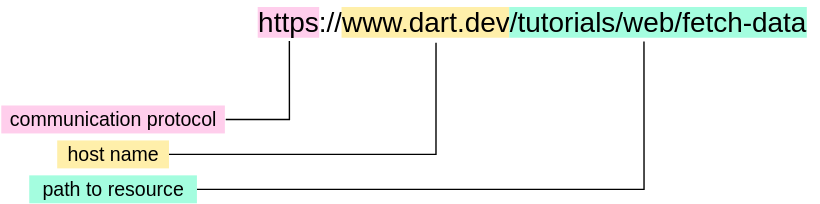
dart-lang/site-www keeps this draw.io diagram as diagrams/tutorials/web/uri-details.svg. Above is the earlier version. Source tidied: cells renumbered, new cells last; positions are measured from the earlier drawing's top-left corner, leaving out a move shared by most shapes. Its diagram source:
```xml
<mxGraphModel>
  <root>
    <mxCell id="0" />
    <mxCell id="1" parent="0" />
    <mxCell id="2" value="&lt;font style=&quot;font-size: 20px&quot;&gt;&lt;font style=&quot;font-size: 20px ; background-color: rgb(255 , 206 , 236)&quot;&gt;https&lt;/font&gt;://&lt;font style=&quot;font-size: 20px ; background-color: rgb(255 , 239 , 170)&quot;&gt;www.dart.dev&lt;/font&gt;&lt;font style=&quot;font-size: 20px ; background-color: rgb(164 , 253 , 223)&quot;&gt;/tutorials/web/fetch-data&lt;/font&gt;&lt;/font&gt;" style="text;html=1;align=center;verticalAlign=middle;points=[];strokeColor=none;fontSize=20;fontFamily=Helvetica;" parent="1" vertex="1">
      <mxGeometry x="175" width="410" height="30" as="geometry" />
    </mxCell>
    <mxCell id="3" style="edgeStyle=orthogonalEdgeStyle;rounded=0;jettySize=auto;html=1;entryX=0.076;entryY=0.964;entryDx=0;entryDy=0;entryPerimeter=0;endSize=3;endArrow=none;endFill=0;fontFamily=Helvetica;exitX=1.004;exitY=0.499;exitDx=0;exitDy=0;exitPerimeter=0;" parent="1" edge="1" source="4" target="2">
      <mxGeometry relative="1" as="geometry" />
    </mxCell>
    <mxCell id="4" value="&lt;font style=&quot;font-size: 14px;&quot;&gt;&lt;span style=&quot;font-size: 14px; background-color: rgb(255, 206, 236);&quot;&gt;communication protocol&lt;/span&gt;&lt;/font&gt;" style="text;html=1;align=center;verticalAlign=middle;points=[];strokeColor=none;fontSize=14;fillColor=#FFCEEC;fontFamily=Helvetica;" parent="1" vertex="1">
      <mxGeometry y="75" width="160" height="20" as="geometry" />
    </mxCell>
    <mxCell id="5" style="edgeStyle=orthogonalEdgeStyle;rounded=0;jettySize=auto;html=1;entryX=0.332;entryY=1.001;entryDx=0;entryDy=0;entryPerimeter=0;endSize=3;endArrow=none;endFill=0;fontFamily=Helvetica;" parent="1" edge="1" source="6" target="2">
      <mxGeometry relative="1" as="geometry" />
    </mxCell>
    <mxCell id="6" value="&lt;span style=&quot;font-size: 14px; background-color: rgb(255, 239, 170);&quot;&gt;&lt;font style=&quot;font-size: 14px;&quot;&gt;host name&lt;/font&gt;&lt;/span&gt;" style="text;html=1;align=center;verticalAlign=middle;points=[];strokeColor=none;fontSize=14;fillColor=#FFEFAA;fontFamily=Helvetica;" parent="1" vertex="1">
      <mxGeometry x="40" y="100" width="80" height="20" as="geometry" />
    </mxCell>
    <mxCell id="7" style="edgeStyle=orthogonalEdgeStyle;rounded=0;jettySize=auto;html=1;entryX=0.695;entryY=0.975;entryDx=0;entryDy=0;entryPerimeter=0;endSize=3;endArrow=none;endFill=0;fontFamily=Helvetica;" parent="1" edge="1" source="8" target="2">
      <mxGeometry relative="1" as="geometry" />
    </mxCell>
    <mxCell id="8" value="&lt;span style=&quot;font-size: 14px; font-weight: normal;&quot;&gt;&lt;font style=&quot;font-size: 14px; background-color: rgb(164, 253, 223);&quot;&gt;path to resource&lt;/font&gt;&lt;/span&gt;" style="text;html=1;align=center;verticalAlign=middle;points=[];strokeColor=none;fontSize=14;fontStyle=1;fillColor=#A4FDDF;fontFamily=Helvetica;" parent="1" vertex="1">
      <mxGeometry x="20" y="125" width="120" height="20" as="geometry" />
    </mxCell>
  </root>
</mxGraphModel>
```
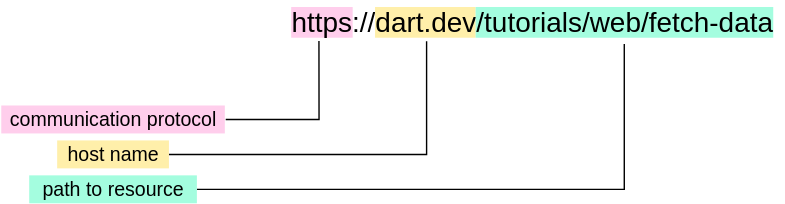
After the change.

The edit, as a diff of the source:
```diff
@@ -2,8 +2,8 @@
   <root>
     <mxCell id="0" />
     <mxCell id="1" parent="0" />
-    <mxCell id="2" value="&lt;font style=&quot;font-size: 20px&quot;&gt;&lt;font style=&quot;font-size: 20px ; background-color: rgb(255 , 206 , 236)&quot;&gt;https&lt;/font&gt;://&lt;font style=&quot;font-size: 20px ; background-color: rgb(255 , 239 , 170)&quot;&gt;www.dart.dev&lt;/font&gt;&lt;font style=&quot;font-size: 20px ; background-color: rgb(164 , 253 , 223)&quot;&gt;/tutorials/web/fetch-data&lt;/font&gt;&lt;/font&gt;" style="text;html=1;align=center;verticalAlign=middle;points=[];strokeColor=none;fontSize=20;fontFamily=Helvetica;" parent="1" vertex="1">
-      <mxGeometry x="175" width="410" height="30" as="geometry" />
+    <mxCell id="2" value="&lt;font style=&quot;font-size: 20px&quot;&gt;&lt;font style=&quot;font-size: 20px ; background-color: rgb(255 , 206 , 236)&quot;&gt;https&lt;/font&gt;://&lt;font style=&quot;font-size: 20px ; background-color: rgb(255 , 239 , 170)&quot;&gt;dart.dev&lt;/font&gt;&lt;font style=&quot;font-size: 20px ; background-color: rgb(164 , 253 , 223)&quot;&gt;/tutorials/web/fetch-data&lt;/font&gt;&lt;/font&gt;" style="text;html=1;align=center;verticalAlign=middle;points=[];strokeColor=none;fontSize=20;fontFamily=Helvetica;" parent="1" vertex="1">
+      <mxGeometry x="200" width="360" height="30" as="geometry" />
     </mxCell>
     <mxCell id="3" style="edgeStyle=orthogonalEdgeStyle;rounded=0;jettySize=auto;html=1;entryX=0.076;entryY=0.964;entryDx=0;entryDy=0;entryPerimeter=0;endSize=3;endArrow=none;endFill=0;fontFamily=Helvetica;exitX=1.004;exitY=0.499;exitDx=0;exitDy=0;exitPerimeter=0;" parent="1" edge="1" source="4" target="2">
       <mxGeometry relative="1" as="geometry" />
@@ -11,13 +11,13 @@
     <mxCell id="4" value="&lt;font style=&quot;font-size: 14px;&quot;&gt;&lt;span style=&quot;font-size: 14px; background-color: rgb(255, 206, 236);&quot;&gt;communication protocol&lt;/span&gt;&lt;/font&gt;" style="text;html=1;align=center;verticalAlign=middle;points=[];strokeColor=none;fontSize=14;fillColor=#FFCEEC;fontFamily=Helvetica;" parent="1" vertex="1">
       <mxGeometry y="75" width="160" height="20" as="geometry" />
     </mxCell>
-    <mxCell id="5" style="edgeStyle=orthogonalEdgeStyle;rounded=0;jettySize=auto;html=1;entryX=0.332;entryY=1.001;entryDx=0;entryDy=0;entryPerimeter=0;endSize=3;endArrow=none;endFill=0;fontFamily=Helvetica;" parent="1" edge="1" source="6" target="2">
+    <mxCell id="5" style="edgeStyle=orthogonalEdgeStyle;rounded=0;jettySize=auto;html=1;entryX=0.29;entryY=0.967;entryDx=0;entryDy=0;entryPerimeter=0;endSize=3;endArrow=none;endFill=0;fontFamily=Helvetica;" parent="1" edge="1" source="6" target="2">
       <mxGeometry relative="1" as="geometry" />
     </mxCell>
     <mxCell id="6" value="&lt;span style=&quot;font-size: 14px; background-color: rgb(255, 239, 170);&quot;&gt;&lt;font style=&quot;font-size: 14px;&quot;&gt;host name&lt;/font&gt;&lt;/span&gt;" style="text;html=1;align=center;verticalAlign=middle;points=[];strokeColor=none;fontSize=14;fillColor=#FFEFAA;fontFamily=Helvetica;" parent="1" vertex="1">
       <mxGeometry x="40" y="100" width="80" height="20" as="geometry" />
     </mxCell>
-    <mxCell id="7" style="edgeStyle=orthogonalEdgeStyle;rounded=0;jettySize=auto;html=1;entryX=0.695;entryY=0.975;entryDx=0;entryDy=0;entryPerimeter=0;endSize=3;endArrow=none;endFill=0;fontFamily=Helvetica;" parent="1" edge="1" source="8" target="2">
+    <mxCell id="7" style="edgeStyle=orthogonalEdgeStyle;rounded=0;jettySize=auto;html=1;entryX=0.683;entryY=1.031;entryDx=0;entryDy=0;entryPerimeter=0;endSize=3;endArrow=none;endFill=0;fontFamily=Helvetica;" parent="1" edge="1" source="8" target="2">
       <mxGeometry relative="1" as="geometry" />
     </mxCell>
     <mxCell id="8" value="&lt;span style=&quot;font-size: 14px; font-weight: normal;&quot;&gt;&lt;font style=&quot;font-size: 14px; background-color: rgb(164, 253, 223);&quot;&gt;path to resource&lt;/font&gt;&lt;/span&gt;" style="text;html=1;align=center;verticalAlign=middle;points=[];strokeColor=none;fontSize=14;fontStyle=1;fillColor=#A4FDDF;fontFamily=Helvetica;" parent="1" vertex="1">
```
